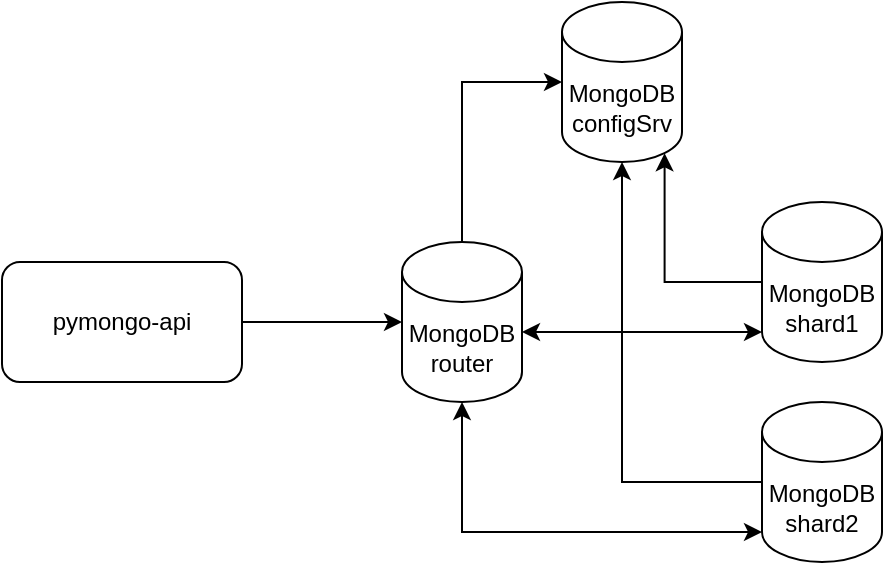
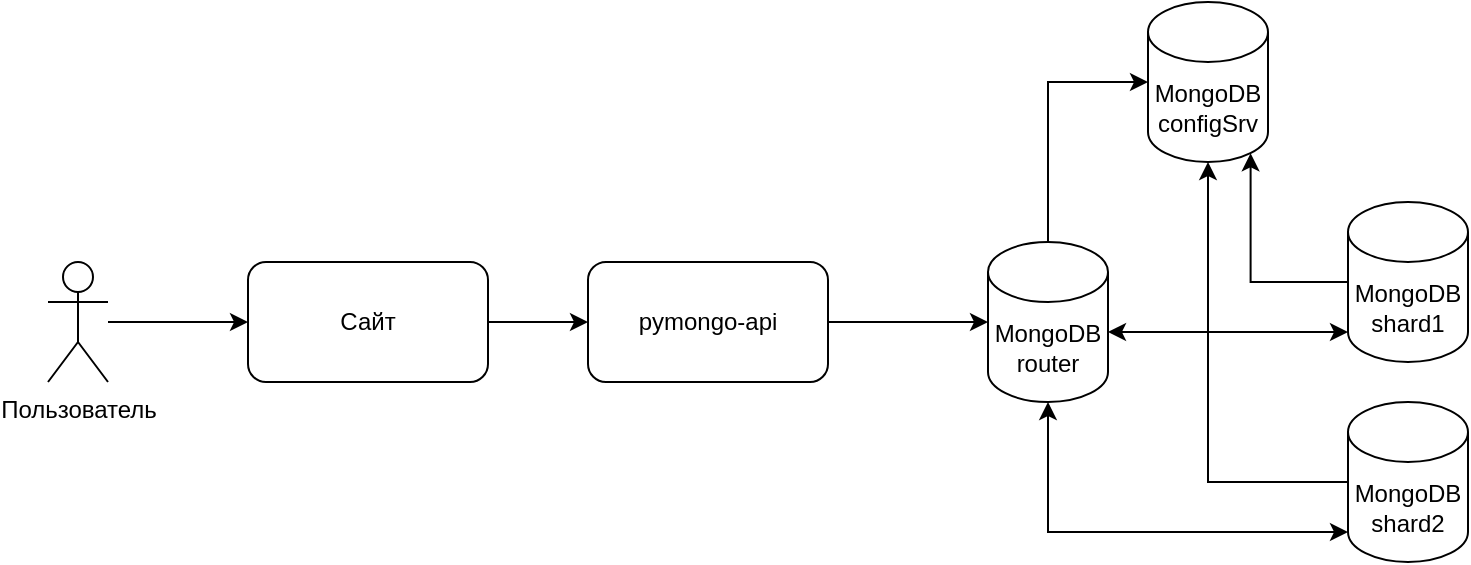
<mxfile host="app.diagrams.net" agent="Mozilla/5.0 (Macintosh; Intel Mac OS X 10_15_7) AppleWebKit/537.36 (KHTML, like Gecko) Chrome/134.0.0.0 YaBrowser/25.4.0.0 Safari/537.36" version="27.1.1">
  <diagram name="Page-1" id="-H_mtQnk-PTXWXPvYvuk">
-     <mxGraphModel dx="786" dy="434" grid="1" gridSize="10" guides="1" tooltips="1" connect="1" arrows="1" fold="1" page="1" pageScale="1" pageWidth="1169" pageHeight="827" math="0" shadow="0">
+     <mxGraphModel dx="1209" dy="668" grid="1" gridSize="10" guides="1" tooltips="1" connect="1" arrows="1" fold="1" page="1" pageScale="1" pageWidth="1169" pageHeight="827" math="0" shadow="0">
      <root>
        <mxCell id="0" />
        <mxCell id="1" parent="0" />
        <mxCell id="zA23MoTUsTF4_91t8viU-2" value="MongoDB&lt;div&gt;router&lt;/div&gt;" style="shape=cylinder3;whiteSpace=wrap;html=1;boundedLbl=1;backgroundOutline=1;size=15;" parent="1" vertex="1">
          <mxGeometry x="560" y="280" width="60" height="80" as="geometry" />
        </mxCell>
        <mxCell id="zA23MoTUsTF4_91t8viU-3" value="pymongo-api" style="rounded=1;whiteSpace=wrap;html=1;" parent="1" vertex="1">
          <mxGeometry x="360" y="290" width="120" height="60" as="geometry" />
        </mxCell>
        <mxCell id="zA23MoTUsTF4_91t8viU-4" style="edgeStyle=orthogonalEdgeStyle;rounded=0;orthogonalLoop=1;jettySize=auto;html=1;exitX=1;exitY=0.5;exitDx=0;exitDy=0;entryX=0;entryY=0.5;entryDx=0;entryDy=0;entryPerimeter=0;" parent="1" source="zA23MoTUsTF4_91t8viU-3" target="zA23MoTUsTF4_91t8viU-2" edge="1">
          <mxGeometry relative="1" as="geometry" />
        </mxCell>
-         <mxCell id="AVGbyAcTS6kZ9O5piN1C-1" value="MongoDB&lt;div&gt;configSrv&lt;/div&gt;" style="shape=cylinder3;whiteSpace=wrap;html=1;boundedLbl=1;backgroundOutline=1;size=15;" vertex="1" parent="1">
+         <mxCell id="AVGbyAcTS6kZ9O5piN1C-1" value="MongoDB&lt;div&gt;configSrv&lt;/div&gt;" style="shape=cylinder3;whiteSpace=wrap;html=1;boundedLbl=1;backgroundOutline=1;size=15;" parent="1" vertex="1">
          <mxGeometry x="640" y="160" width="60" height="80" as="geometry" />
        </mxCell>
-         <mxCell id="AVGbyAcTS6kZ9O5piN1C-2" value="MongoDB&lt;div&gt;shard1&lt;/div&gt;" style="shape=cylinder3;whiteSpace=wrap;html=1;boundedLbl=1;backgroundOutline=1;size=15;" vertex="1" parent="1">
+         <mxCell id="AVGbyAcTS6kZ9O5piN1C-2" value="MongoDB&lt;div&gt;shard1&lt;/div&gt;" style="shape=cylinder3;whiteSpace=wrap;html=1;boundedLbl=1;backgroundOutline=1;size=15;" parent="1" vertex="1">
          <mxGeometry x="740" y="260" width="60" height="80" as="geometry" />
        </mxCell>
-         <mxCell id="AVGbyAcTS6kZ9O5piN1C-3" value="MongoDB&lt;div&gt;shard2&lt;/div&gt;" style="shape=cylinder3;whiteSpace=wrap;html=1;boundedLbl=1;backgroundOutline=1;size=15;" vertex="1" parent="1">
+         <mxCell id="AVGbyAcTS6kZ9O5piN1C-3" value="MongoDB&lt;div&gt;shard2&lt;/div&gt;" style="shape=cylinder3;whiteSpace=wrap;html=1;boundedLbl=1;backgroundOutline=1;size=15;" parent="1" vertex="1">
          <mxGeometry x="740" y="360" width="60" height="80" as="geometry" />
        </mxCell>
-         <mxCell id="AVGbyAcTS6kZ9O5piN1C-4" style="edgeStyle=orthogonalEdgeStyle;rounded=0;orthogonalLoop=1;jettySize=auto;html=1;entryX=0;entryY=0.5;entryDx=0;entryDy=0;entryPerimeter=0;exitX=0.5;exitY=0;exitDx=0;exitDy=0;exitPerimeter=0;" edge="1" parent="1" source="zA23MoTUsTF4_91t8viU-2" target="AVGbyAcTS6kZ9O5piN1C-1">
+         <mxCell id="AVGbyAcTS6kZ9O5piN1C-4" style="edgeStyle=orthogonalEdgeStyle;rounded=0;orthogonalLoop=1;jettySize=auto;html=1;entryX=0;entryY=0.5;entryDx=0;entryDy=0;entryPerimeter=0;exitX=0.5;exitY=0;exitDx=0;exitDy=0;exitPerimeter=0;" parent="1" source="zA23MoTUsTF4_91t8viU-2" target="AVGbyAcTS6kZ9O5piN1C-1" edge="1">
          <mxGeometry relative="1" as="geometry">
            <Array as="points">
              <mxPoint x="590" y="200" />
            </Array>
          </mxGeometry>
        </mxCell>
-         <mxCell id="AVGbyAcTS6kZ9O5piN1C-5" style="edgeStyle=orthogonalEdgeStyle;rounded=0;orthogonalLoop=1;jettySize=auto;html=1;entryX=0.855;entryY=1;entryDx=0;entryDy=-4.35;entryPerimeter=0;" edge="1" parent="1" source="AVGbyAcTS6kZ9O5piN1C-2" target="AVGbyAcTS6kZ9O5piN1C-1">
+         <mxCell id="AVGbyAcTS6kZ9O5piN1C-5" style="edgeStyle=orthogonalEdgeStyle;rounded=0;orthogonalLoop=1;jettySize=auto;html=1;entryX=0.855;entryY=1;entryDx=0;entryDy=-4.35;entryPerimeter=0;" parent="1" source="AVGbyAcTS6kZ9O5piN1C-2" target="AVGbyAcTS6kZ9O5piN1C-1" edge="1">
          <mxGeometry relative="1" as="geometry" />
        </mxCell>
-         <mxCell id="AVGbyAcTS6kZ9O5piN1C-6" style="edgeStyle=orthogonalEdgeStyle;rounded=0;orthogonalLoop=1;jettySize=auto;html=1;entryX=0.5;entryY=1;entryDx=0;entryDy=0;entryPerimeter=0;" edge="1" parent="1" source="AVGbyAcTS6kZ9O5piN1C-3" target="AVGbyAcTS6kZ9O5piN1C-1">
+         <mxCell id="AVGbyAcTS6kZ9O5piN1C-6" style="edgeStyle=orthogonalEdgeStyle;rounded=0;orthogonalLoop=1;jettySize=auto;html=1;entryX=0.5;entryY=1;entryDx=0;entryDy=0;entryPerimeter=0;" parent="1" source="AVGbyAcTS6kZ9O5piN1C-3" target="AVGbyAcTS6kZ9O5piN1C-1" edge="1">
          <mxGeometry relative="1" as="geometry" />
        </mxCell>
-         <mxCell id="AVGbyAcTS6kZ9O5piN1C-7" style="edgeStyle=orthogonalEdgeStyle;rounded=0;orthogonalLoop=1;jettySize=auto;html=1;entryX=0;entryY=1;entryDx=0;entryDy=-15;entryPerimeter=0;startArrow=classic;startFill=1;" edge="1" parent="1" source="zA23MoTUsTF4_91t8viU-2" target="AVGbyAcTS6kZ9O5piN1C-2">
+         <mxCell id="AVGbyAcTS6kZ9O5piN1C-7" style="edgeStyle=orthogonalEdgeStyle;rounded=0;orthogonalLoop=1;jettySize=auto;html=1;entryX=0;entryY=1;entryDx=0;entryDy=-15;entryPerimeter=0;startArrow=classic;startFill=1;" parent="1" source="zA23MoTUsTF4_91t8viU-2" target="AVGbyAcTS6kZ9O5piN1C-2" edge="1">
          <mxGeometry relative="1" as="geometry">
            <Array as="points">
              <mxPoint x="720" y="325" />
              <mxPoint x="720" y="325" />
            </Array>
          </mxGeometry>
        </mxCell>
-         <mxCell id="AVGbyAcTS6kZ9O5piN1C-8" style="edgeStyle=orthogonalEdgeStyle;rounded=0;orthogonalLoop=1;jettySize=auto;html=1;entryX=0;entryY=1;entryDx=0;entryDy=-15;entryPerimeter=0;startArrow=classic;startFill=1;" edge="1" parent="1" source="zA23MoTUsTF4_91t8viU-2" target="AVGbyAcTS6kZ9O5piN1C-3">
+         <mxCell id="AVGbyAcTS6kZ9O5piN1C-8" style="edgeStyle=orthogonalEdgeStyle;rounded=0;orthogonalLoop=1;jettySize=auto;html=1;entryX=0;entryY=1;entryDx=0;entryDy=-15;entryPerimeter=0;startArrow=classic;startFill=1;" parent="1" source="zA23MoTUsTF4_91t8viU-2" target="AVGbyAcTS6kZ9O5piN1C-3" edge="1">
          <mxGeometry relative="1" as="geometry">
            <Array as="points">
              <mxPoint x="590" y="425" />
            </Array>
          </mxGeometry>
        </mxCell>
+         <mxCell id="0HzacHODG5ObXsYfZDbq-2" value="" style="edgeStyle=orthogonalEdgeStyle;rounded=0;orthogonalLoop=1;jettySize=auto;html=1;" edge="1" parent="1" source="0HzacHODG5ObXsYfZDbq-1" target="zA23MoTUsTF4_91t8viU-3">
+           <mxGeometry relative="1" as="geometry" />
+         </mxCell>
+         <mxCell id="0HzacHODG5ObXsYfZDbq-1" value="Сайт" style="rounded=1;whiteSpace=wrap;html=1;" vertex="1" parent="1">
+           <mxGeometry x="190" y="290" width="120" height="60" as="geometry" />
+         </mxCell>
+         <mxCell id="0HzacHODG5ObXsYfZDbq-4" style="edgeStyle=orthogonalEdgeStyle;rounded=0;orthogonalLoop=1;jettySize=auto;html=1;entryX=0;entryY=0.5;entryDx=0;entryDy=0;" edge="1" parent="1" source="0HzacHODG5ObXsYfZDbq-3" target="0HzacHODG5ObXsYfZDbq-1">
+           <mxGeometry relative="1" as="geometry" />
+         </mxCell>
+         <mxCell id="0HzacHODG5ObXsYfZDbq-3" value="Пользователь" style="shape=umlActor;verticalLabelPosition=bottom;verticalAlign=top;html=1;outlineConnect=0;" vertex="1" parent="1">
+           <mxGeometry x="90" y="290" width="30" height="60" as="geometry" />
+         </mxCell>
      </root>
    </mxGraphModel>
  </diagram>
</mxfile>
